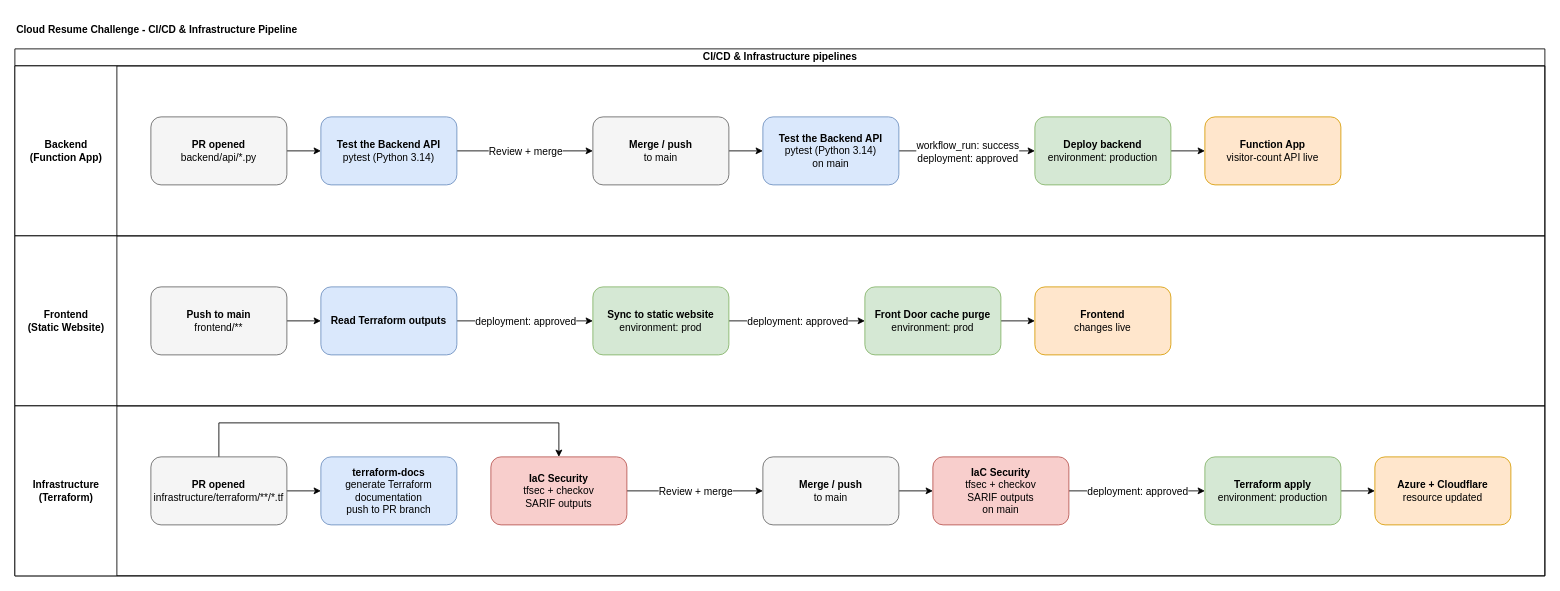
Smulbero/cloud-resume-challenge keeps this draw.io diagram as docs/architecture/cicd-pipeline.drawio. Above is the earlier version. Source tidied: cells renumbered, new cells numbered last; positions are measured from the earlier drawing's top-left corner, leaving out a move shared by most shapes. Both pictures are drawn from the tidied source at 85%, with x=0, y=0 at pixel (14, 14).
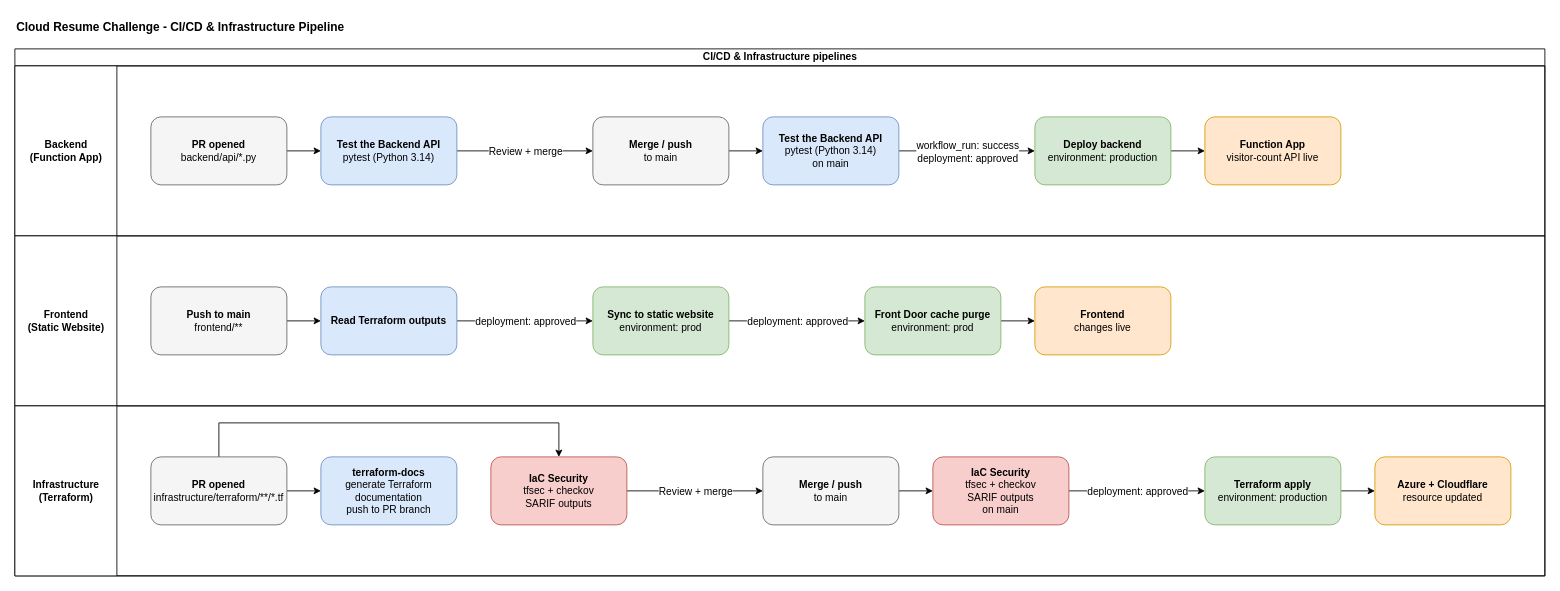
Above is the later version.

The edit, as a diff of the source:
```diff
@@
-    <mxCell id="45" value="&lt;b&gt;Cloud Resume Challenge - CI/CD &amp;amp; Infrastructure Pipeline&lt;/b&gt;" style="text;html=1;align=left;verticalAlign=middle;fontSize=12;" parent="1" vertex="1">
-      <mxGeometry width="900" height="36" as="geometry" />
+    <mxCell id="45" value="&lt;b&gt;Cloud Resume Challenge - CI/CD &amp;amp; Infrastructure Pipeline&lt;/b&gt;" style="text;html=1;align=left;verticalAlign=middle;fontSize=14;" parent="1" vertex="1">
+      <mxGeometry width="440" height="30" as="geometry" />
     </mxCell>
```
